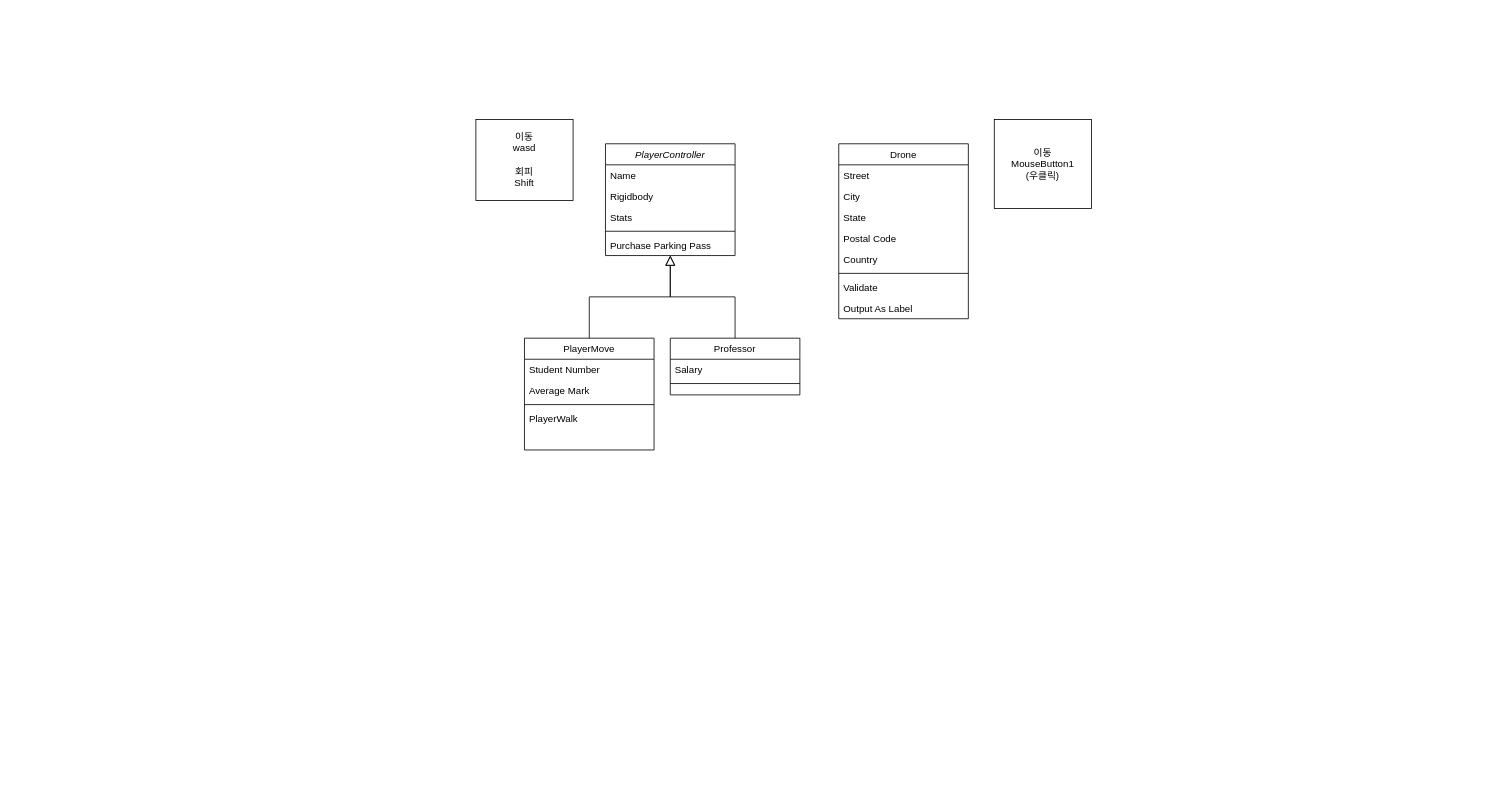
The draw.io diagram AR(Ato_Reaz)ver.HongMyung.drawio in hu4nana/ClassIdeas, before the edit. Source tidied: cells renumbered, new cells numbered last; positions are measured from the earlier drawing's top-left corner, leaving out a move shared by most shapes. Both pictures are drawn from the tidied source at 81%, with x=0, y=0 at pixel (475, 119).
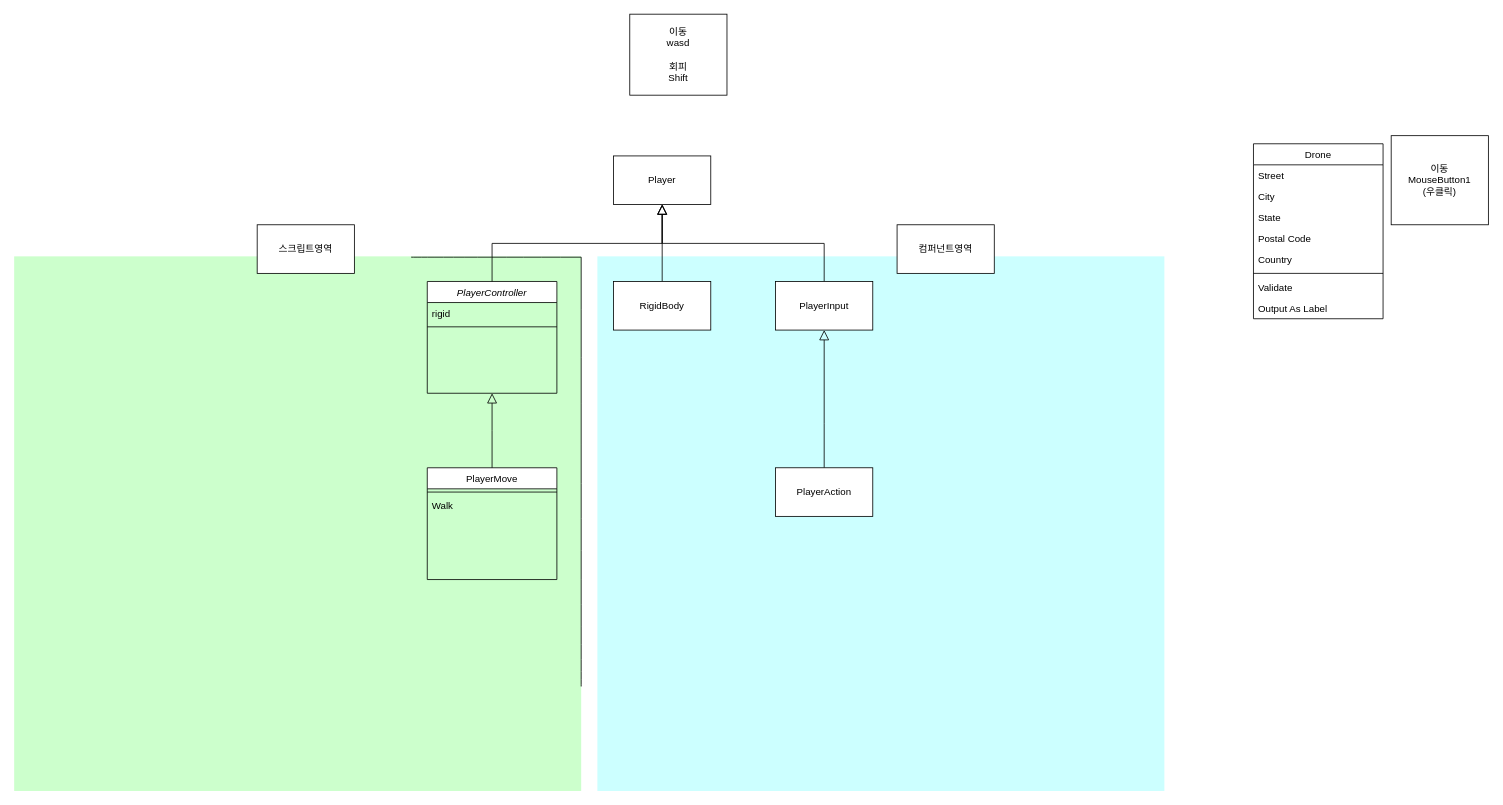
The same page after the edit.

The edit, as a diff of the source:
```diff
@@
+    <mxCell id="29" style="rounded=0;whiteSpace=wrap;html=1;strokeColor=none;fillColor=#CCFFFF;" parent="1" vertex="1">
+      <mxGeometry x="150" y="169" width="700" height="660" as="geometry" />
+    </mxCell>
+    <mxCell id="30" style="rounded=0;whiteSpace=wrap;html=1;strokeColor=none;fillColor=#CCFFCC;" parent="1" vertex="1">
+      <mxGeometry x="-570" y="169" width="700" height="660" as="geometry" />
+    </mxCell>
     <mxCell id="2" value="PlayerController" style="swimlane;fontStyle=2;align=center;verticalAlign=top;horizontal=1;startSize=26;rounded=0;shadow=0;strokeWidth=1;" parent="1" vertex="1">
-      <mxGeometry x="160" y="30" width="160" height="138" as="geometry" />
+      <mxGeometry x="-60" y="200" width="160" height="138" as="geometry" />
     </mxCell>
-    <mxCell id="3" value="Name" style="text;align=left;verticalAlign=top;spacingLeft=4;spacingRight=4;overflow=hidden;" parent="2" vertex="1">
-      <mxGeometry y="26" width="160" height="26" as="geometry" />
-    </mxCell>
-    <mxCell id="4" value="Rigidbody" style="text;align=left;verticalAlign=top;spacingLeft=4;spacingRight=4;overflow=hidden;rounded=0;shadow=0;html=0;" parent="2" vertex="1">
-      <mxGeometry y="52" width="160" height="26" as="geometry" />
-    </mxCell>
-    <mxCell id="5" value="Stats" style="text;align=left;verticalAlign=top;spacingLeft=4;spacingRight=4;overflow=hidden;rounded=0;shadow=0;html=0;" parent="2" vertex="1">
-      <mxGeometry y="78" width="160" height="26" as="geometry" />
-    </mxCell>
+    <mxCell id="31" value="rigid" style="text;align=left;verticalAlign=top;spacingLeft=4;spacingRight=4;overflow=hidden;" parent="2" vertex="1">
+      <mxGeometry y="26" width="160" height="26" as="geometry" />
+    </mxCell>
     <mxCell id="6" style="line;html=1;strokeWidth=1;align=left;verticalAlign=middle;spacingTop=-1;spacingLeft=3;spacingRight=3;labelPosition=right;" parent="2" vertex="1">
-      <mxGeometry y="104" width="160" height="8" as="geometry" />
+      <mxGeometry y="52" width="160" height="8" as="geometry" />
     </mxCell>
-    <mxCell id="7" value="Purchase Parking Pass" style="text;align=left;verticalAlign=top;spacingLeft=4;spacingRight=4;overflow=hidden;" parent="2" vertex="1">
-      <mxGeometry y="112" width="160" height="26" as="geometry" />
-    </mxCell>
     <mxCell id="8" value="PlayerMove" style="swimlane;fontStyle=0;align=center;verticalAlign=top;horizontal=1;startSize=26;rounded=0;shadow=0;strokeWidth=1;" parent="1" vertex="1">
-      <mxGeometry x="60" y="270" width="160" height="138" as="geometry" />
+      <mxGeometry x="-60" y="430" width="160" height="138" as="geometry" />
     </mxCell>
-    <mxCell id="9" value="Student Number" style="text;align=left;verticalAlign=top;spacingLeft=4;spacingRight=4;overflow=hidden;" parent="8" vertex="1">
-      <mxGeometry y="26" width="160" height="26" as="geometry" />
-    </mxCell>
-    <mxCell id="10" value="Average Mark" style="text;align=left;verticalAlign=top;spacingLeft=4;spacingRight=4;overflow=hidden;rounded=0;shadow=0;html=0;" parent="8" vertex="1">
-      <mxGeometry y="52" width="160" height="26" as="geometry" />
-    </mxCell>
     <mxCell id="11" style="line;html=1;strokeWidth=1;align=left;verticalAlign=middle;spacingTop=-1;spacingLeft=3;spacingRight=3;labelPosition=right;" parent="8" vertex="1">
-      <mxGeometry y="78" width="160" height="8" as="geometry" />
+      <mxGeometry y="26" width="160" height="8" as="geometry" />
     </mxCell>
-    <mxCell id="12" value="PlayerWalk" style="text;align=left;verticalAlign=top;spacingLeft=4;spacingRight=4;overflow=hidden;" parent="8" vertex="1">
-      <mxGeometry y="86" width="160" height="26" as="geometry" />
+    <mxCell id="12" value="Walk" style="text;align=left;verticalAlign=top;spacingLeft=4;spacingRight=4;overflow=hidden;" parent="8" vertex="1">
+      <mxGeometry y="34" width="160" height="26" as="geometry" />
     </mxCell>
@@
-    <mxCell id="14" value="Professor" style="swimlane;fontStyle=0;align=center;verticalAlign=top;horizontal=1;startSize=26;rounded=0;shadow=0;strokeWidth=1;" parent="1" vertex="1">
-      <mxGeometry x="240" y="270" width="160" height="70" as="geometry" />
-    </mxCell>
-    <mxCell id="15" value="Salary" style="text;align=left;verticalAlign=top;spacingLeft=4;spacingRight=4;overflow=hidden;" parent="14" vertex="1">
-      <mxGeometry y="26" width="160" height="26" as="geometry" />
-    </mxCell>
-    <mxCell id="16" style="line;html=1;strokeWidth=1;align=left;verticalAlign=middle;spacingTop=-1;spacingLeft=3;spacingRight=3;labelPosition=right;" parent="14" vertex="1">
-      <mxGeometry y="52" width="160" height="8" as="geometry" />
-    </mxCell>
-    <mxCell id="17" style="endArrow=block;endSize=10;endFill=0;shadow=0;strokeWidth=1;rounded=0;curved=0;edgeStyle=elbowEdgeStyle;elbow=vertical;" parent="1" edge="1" source="14" target="2">
-      <mxGeometry relative="1" as="geometry" />
-    </mxCell>
     <mxCell id="18" value="Drone" style="swimlane;fontStyle=0;align=center;verticalAlign=top;horizontal=1;startSize=26;rounded=0;shadow=0;strokeWidth=1;" parent="1" vertex="1">
-      <mxGeometry x="448" y="30" width="160" height="216" as="geometry" />
+      <mxGeometry x="960" y="30" width="160" height="216" as="geometry" />
     </mxCell>
@@
     <mxCell id="27" value="&lt;div&gt;이동&lt;/div&gt;&lt;div&gt;wasd&lt;/div&gt;&lt;div&gt;&lt;br&gt;&lt;/div&gt;&lt;div&gt;회피&lt;/div&gt;&lt;div&gt;Shift&lt;/div&gt;" style="rounded=0;whiteSpace=wrap;html=1;" parent="1" vertex="1">
-      <mxGeometry width="120" height="100" as="geometry" />
+      <mxGeometry x="190" y="-130" width="120" height="100" as="geometry" />
     </mxCell>
     <mxCell id="28" value="&lt;div&gt;이동&lt;/div&gt;&lt;div&gt;MouseButton1&lt;/div&gt;&lt;div&gt;(우클릭)&lt;/div&gt;" style="rounded=0;whiteSpace=wrap;html=1;" parent="1" vertex="1">
-      <mxGeometry x="640" width="120" height="110" as="geometry" />
+      <mxGeometry x="1130" y="20" width="120" height="110" as="geometry" />
     </mxCell>
+    <mxCell id="32" style="endArrow=block;endSize=10;endFill=0;shadow=0;strokeWidth=1;rounded=0;curved=0;edgeStyle=elbowEdgeStyle;elbow=vertical;exitX=0.5;exitY=0;exitDx=0;exitDy=0;" parent="1" edge="1" source="2" target="39">
+      <mxGeometry relative="1" as="geometry" />
+    </mxCell>
+    <mxCell id="33" style="endArrow=block;endSize=10;endFill=0;shadow=0;strokeWidth=1;rounded=0;curved=0;edgeStyle=elbowEdgeStyle;elbow=vertical;exitX=0.5;exitY=0;exitDx=0;exitDy=0;entryX=0.5;entryY=1;entryDx=0;entryDy=0;" parent="1" edge="1" source="38" target="37">
+      <mxGeometry relative="1" as="geometry">
+        <Array as="points">
+          <mxPoint x="430" y="375" />
+        </Array>
+      </mxGeometry>
+    </mxCell>
+    <mxCell id="34" style="endArrow=block;endSize=10;endFill=0;shadow=0;strokeWidth=1;rounded=0;curved=0;edgeStyle=elbowEdgeStyle;elbow=vertical;exitX=0.5;exitY=0;exitDx=0;exitDy=0;" parent="1" edge="1" source="36" target="39">
+      <mxGeometry relative="1" as="geometry" />
+    </mxCell>
+    <mxCell id="35" style="endArrow=block;endSize=10;endFill=0;shadow=0;strokeWidth=1;rounded=0;curved=0;edgeStyle=elbowEdgeStyle;elbow=vertical;exitX=0.5;exitY=0;exitDx=0;exitDy=0;" parent="1" edge="1" source="37" target="39">
+      <mxGeometry relative="1" as="geometry" />
+    </mxCell>
+    <mxCell id="36" value="RigidBody" style="rounded=0;whiteSpace=wrap;html=1;" parent="1" vertex="1">
+      <mxGeometry x="170" y="200" width="120" height="60" as="geometry" />
+    </mxCell>
+    <mxCell id="37" value="PlayerInput" style="rounded=0;whiteSpace=wrap;html=1;" parent="1" vertex="1">
+      <mxGeometry x="370" y="200" width="120" height="60" as="geometry" />
+    </mxCell>
+    <mxCell id="38" value="PlayerAction" style="rounded=0;whiteSpace=wrap;html=1;" parent="1" vertex="1">
+      <mxGeometry x="370" y="430" width="120" height="60" as="geometry" />
+    </mxCell>
+    <mxCell id="39" value="Player" style="rounded=0;whiteSpace=wrap;html=1;" parent="1" vertex="1">
+      <mxGeometry x="170" y="45" width="120" height="60" as="geometry" />
+    </mxCell>
+    <mxCell id="40" style="endArrow=none;html=1;rounded=0;fontSize=12;startSize=8;endSize=8;curved=1;" parent="1" edge="1">
+      <mxGeometry relative="1" as="geometry">
+        <mxPoint x="130" y="700" as="sourcePoint" />
+        <mxPoint x="130" y="170" as="targetPoint" />
+      </mxGeometry>
+    </mxCell>
+    <mxCell id="41" style="endArrow=none;html=1;rounded=0;fontSize=12;startSize=8;endSize=8;curved=1;" parent="1" edge="1">
+      <mxGeometry relative="1" as="geometry">
+        <mxPoint x="-80" y="170" as="sourcePoint" />
+        <mxPoint x="130" y="170" as="targetPoint" />
+      </mxGeometry>
+    </mxCell>
+    <mxCell id="42" value="스크립트영역" style="rounded=0;whiteSpace=wrap;html=1;" parent="1" vertex="1">
+      <mxGeometry x="-270" y="130" width="120" height="60" as="geometry" />
+    </mxCell>
+    <mxCell id="43" value="컴퍼넌트영역" style="rounded=0;whiteSpace=wrap;html=1;" parent="1" vertex="1">
+      <mxGeometry x="520" y="130" width="120" height="60" as="geometry" />
+    </mxCell>
```
